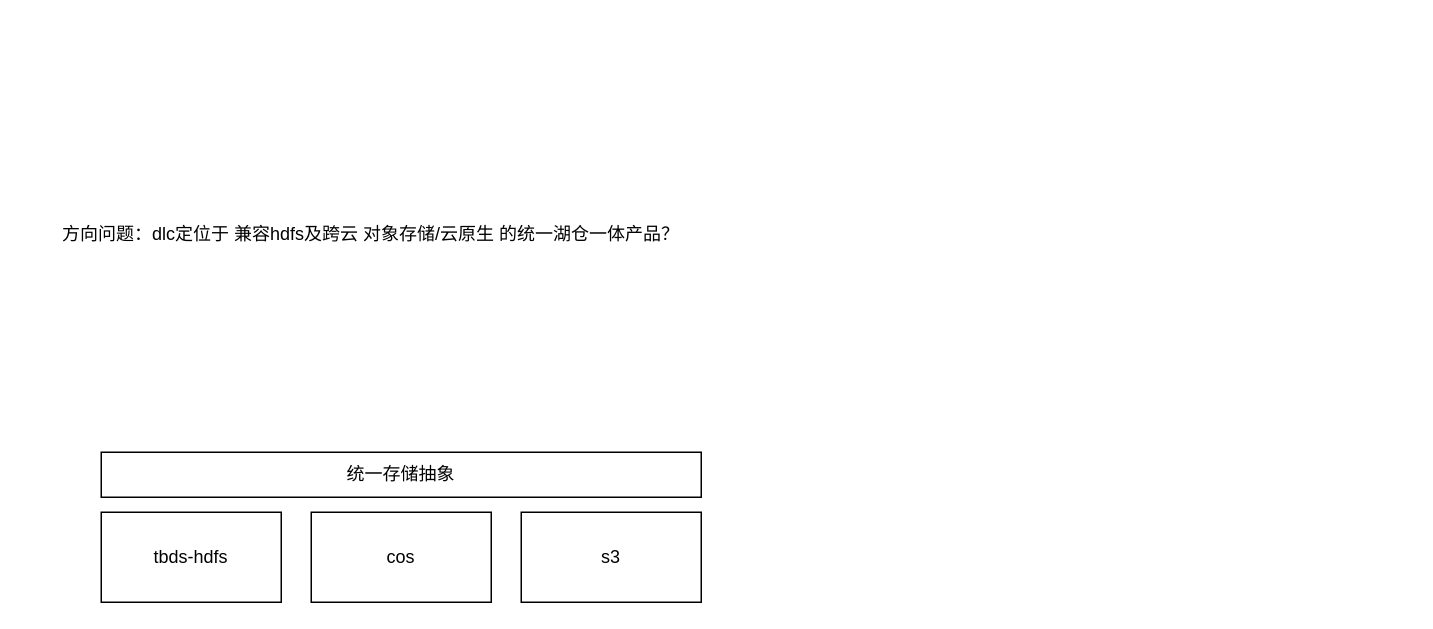
Earlier version of the draw.io diagram dlc+tbds私有化.drawio (yuhuali1989/ui). Source tidied: cells renumbered, new cells numbered last; positions are measured from the earlier drawing's top-left corner, leaving out a move shared by most shapes. Both pictures are drawn from the tidied source at 150%, with x=0, y=0 at pixel (26, 212).
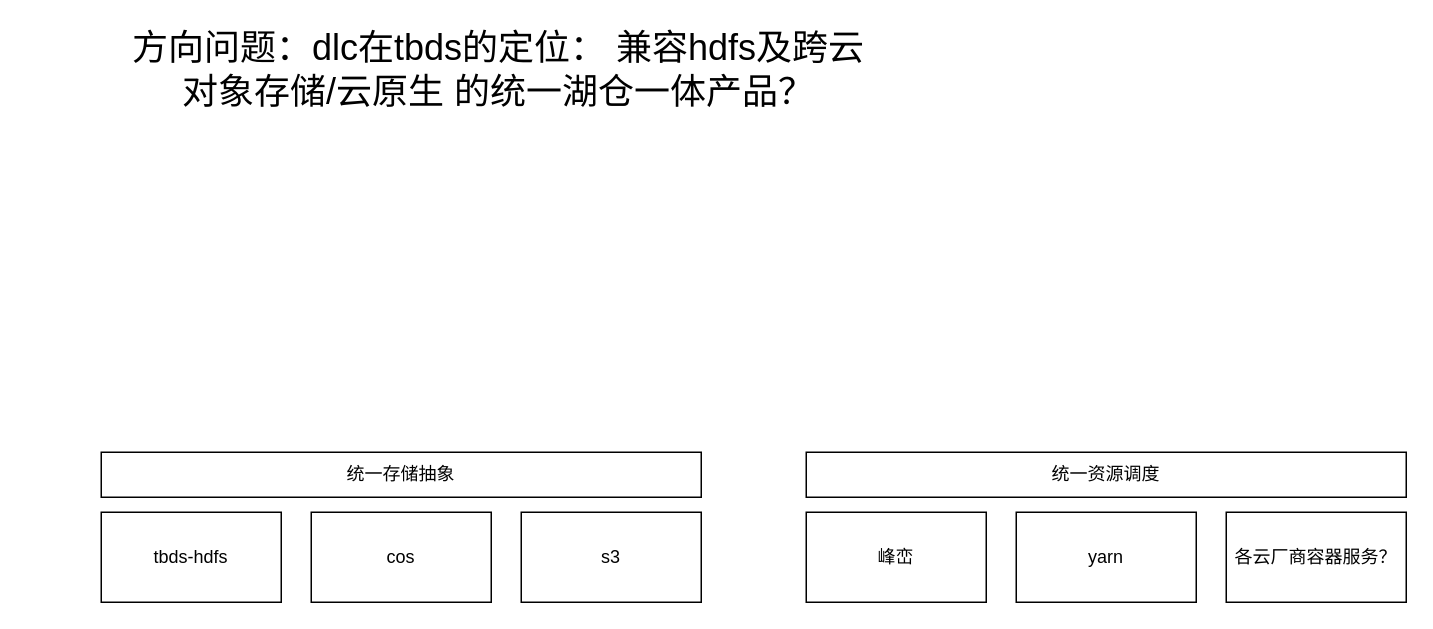
Above is the later version.

What changed in the source:
```diff
@@
 <mxGraphModel>
   <root>
     <mxCell id="0" />
     <mxCell id="1" parent="0" />
-    <mxCell id="2" value="方向问题：dlc定位于 兼容hdfs及跨云 对象存储/云原生 的统一湖仓一体产品？" style="text;html=1;strokeColor=none;fillColor=none;align=center;verticalAlign=middle;whiteSpace=wrap;rounded=0;" parent="1" vertex="1">
-      <mxGeometry width="460" height="30" as="geometry" />
+    <mxCell id="2" value="方向问题：dlc在tbds的定位： 兼容hdfs及跨云 对象存储/云原生 的统一湖仓一体产品？" style="text;html=1;strokeColor=none;fillColor=none;align=center;verticalAlign=middle;whiteSpace=wrap;rounded=0;fontSize=24;" parent="1" vertex="1">
+      <mxGeometry x="60" y="-110" width="510" height="30" as="geometry" />
     </mxCell>
     <mxCell id="3" value="tbds-hdfs" style="rounded=0;whiteSpace=wrap;html=1;" parent="1" vertex="1">
       <mxGeometry x="50" y="200" width="120" height="60" as="geometry" />
     </mxCell>
     <mxCell id="4" value="cos" style="rounded=0;whiteSpace=wrap;html=1;" parent="1" vertex="1">
       <mxGeometry x="190" y="200" width="120" height="60" as="geometry" />
     </mxCell>
     <mxCell id="5" value="s3" style="rounded=0;whiteSpace=wrap;html=1;" parent="1" vertex="1">
       <mxGeometry x="330" y="200" width="120" height="60" as="geometry" />
     </mxCell>
     <mxCell id="6" value="统一存储抽象" style="rounded=0;whiteSpace=wrap;html=1;" parent="1" vertex="1">
       <mxGeometry x="50" y="160" width="400" height="30" as="geometry" />
     </mxCell>
+    <mxCell id="7" value="统一资源调度" style="rounded=0;whiteSpace=wrap;html=1;" parent="1" vertex="1">
+      <mxGeometry x="520" y="160" width="400" height="30" as="geometry" />
+    </mxCell>
+    <mxCell id="8" value="峰峦" style="rounded=0;whiteSpace=wrap;html=1;" parent="1" vertex="1">
+      <mxGeometry x="520" y="200" width="120" height="60" as="geometry" />
+    </mxCell>
+    <mxCell id="9" value="yarn" style="rounded=0;whiteSpace=wrap;html=1;" parent="1" vertex="1">
+      <mxGeometry x="660" y="200" width="120" height="60" as="geometry" />
+    </mxCell>
+    <mxCell id="10" value="各云厂商容器服务？" style="rounded=0;whiteSpace=wrap;html=1;" parent="1" vertex="1">
+      <mxGeometry x="800" y="200" width="120" height="60" as="geometry" />
+    </mxCell>
   </root>
 </mxGraphModel>
```
